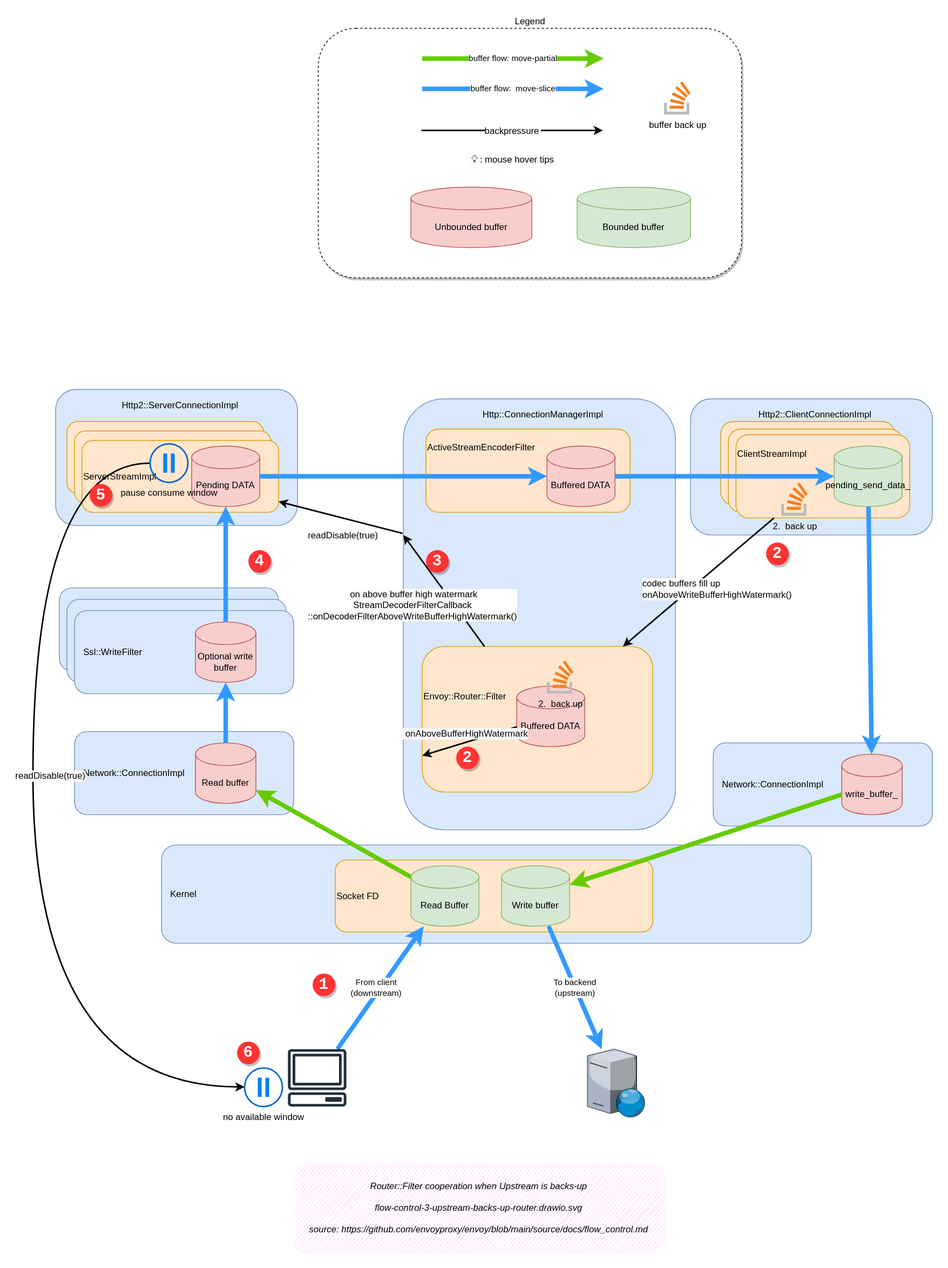
The draw.io diagram docs/source/ch2-envoy/arch/flow-control/flow-control-3-upstream-backs-up-router.drawio.svg in labilezhu/istio-insider, before a commit. Source tidied: cells renumbered, new cells last; positions are measured from the earlier drawing's top-left corner, leaving out a move shared by most shapes.
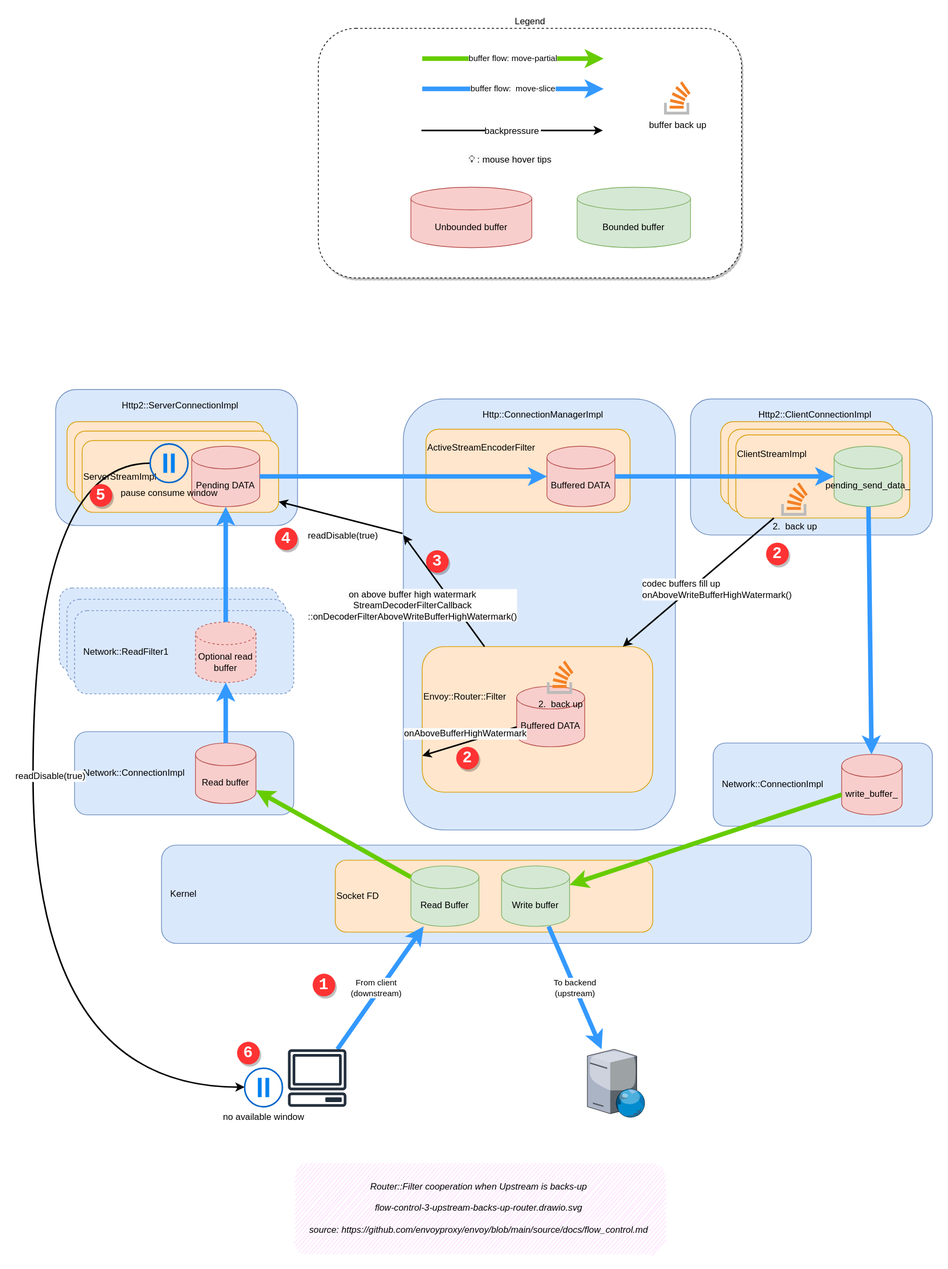
The same diagram one commit later.

Commit message:
flow control: Upstream connection backs-up and backpressure overview

Diff of the diagram source:
```diff
@@ -8,10 +8,10 @@
     <mxCell id="3" style="rounded=1;whiteSpace=wrap;html=1;align=left;fillColor=#ffe6cc;strokeColor=#d79b00;" parent="1" vertex="1">
       <mxGeometry x="125" y="530" width="190" height="95" as="geometry" />
     </mxCell>
-    <mxCell id="4" value="Ssl::WriteFilter" style="rounded=1;whiteSpace=wrap;html=1;fillColor=#dae8fc;strokeColor=#6c8ebf;align=left;spacingLeft=10;" parent="1" vertex="1">
+    <mxCell id="4" value="Ssl::WriteFilter" style="rounded=1;whiteSpace=wrap;html=1;fillColor=#dae8fc;strokeColor=#6c8ebf;align=left;spacingLeft=10;dashed=1;" parent="1" vertex="1">
       <mxGeometry x="35" y="740" width="290" height="110" as="geometry" />
     </mxCell>
-    <mxCell id="5" value="Ssl::WriteFilter" style="rounded=1;whiteSpace=wrap;html=1;fillColor=#dae8fc;strokeColor=#6c8ebf;align=left;spacingLeft=10;" parent="1" vertex="1">
+    <mxCell id="5" value="Ssl::WriteFilter" style="rounded=1;whiteSpace=wrap;html=1;fillColor=#dae8fc;strokeColor=#6c8ebf;align=left;spacingLeft=10;dashed=1;" parent="1" vertex="1">
       <mxGeometry x="45" y="755" width="290" height="110" as="geometry" />
     </mxCell>
     <object id="6" label="&lt;font style=&quot;&quot;&gt;Router::Filter cooperation when Upstream is backs-up&lt;br&gt;&lt;br&gt;%page%&lt;br&gt;&lt;br&gt;source:&amp;nbsp;&lt;a href=&quot;https://github.com/envoyproxy/envoy/blob/main/source/docs/flow_control.md&quot;&gt;https://github.com/envoyproxy/envoy/blob/main/source/docs/flow_control.md&lt;/a&gt;&lt;br&gt;&lt;/font&gt;" a="b" placeholders="1">
@@ -34,10 +34,10 @@
     <mxCell id="11" value="write_buffer_" style="shape=cylinder3;whiteSpace=wrap;html=1;boundedLbl=1;backgroundOutline=1;size=15;fillColor=#f8cecc;strokeColor=#b85450;" parent="1" vertex="1">
       <mxGeometry x="1070" y="960" width="80" height="80" as="geometry" />
     </mxCell>
-    <mxCell id="12" value="Ssl::WriteFilter" style="rounded=1;whiteSpace=wrap;html=1;fillColor=#dae8fc;strokeColor=#6c8ebf;align=left;spacingLeft=10;" parent="1" vertex="1">
+    <mxCell id="12" value="Network::ReadFilter1" style="rounded=1;whiteSpace=wrap;html=1;fillColor=#dae8fc;strokeColor=#6c8ebf;align=left;spacingLeft=10;dashed=1;" parent="1" vertex="1">
       <mxGeometry x="55" y="770" width="290" height="110" as="geometry" />
     </mxCell>
-    <mxCell id="13" value="Optional write buffer" style="shape=cylinder3;whiteSpace=wrap;html=1;boundedLbl=1;backgroundOutline=1;size=15;fillColor=#f8cecc;strokeColor=#b85450;" parent="1" vertex="1">
+    <mxCell id="13" value="Optional read buffer" style="shape=cylinder3;whiteSpace=wrap;html=1;boundedLbl=1;backgroundOutline=1;size=15;fillColor=#f8cecc;strokeColor=#b85450;dashed=1;" parent="1" vertex="1">
       <mxGeometry x="215" y="785" width="80" height="80" as="geometry" />
     </mxCell>
     <mxCell id="14" value="Http2::ServerConnectionImpl" style="rounded=1;whiteSpace=wrap;html=1;fillColor=#dae8fc;strokeColor=#6c8ebf;align=center;spacingLeft=10;labelPosition=center;verticalLabelPosition=top;verticalAlign=bottom;spacingTop=0;spacingBottom=-30;" parent="1" vertex="1">
@@ -213,7 +213,7 @@
       <mxGeometry x="520" y="690" width="30" height="30" as="geometry" />
     </mxCell>
     <mxCell id="66" value="4" style="ellipse;whiteSpace=wrap;html=1;labelBackgroundColor=none;strokeColor=none;fillColor=#FF3333;gradientColor=none;fontColor=#FFFFFF;fontFamily=Courier New;fontStyle=1;fontSize=21;shadow=1;" parent="1" vertex="1">
-      <mxGeometry x="285" y="690" width="30" height="30" as="geometry" />
+      <mxGeometry x="320" y="660" width="30" height="30" as="geometry" />
     </mxCell>
     <mxCell id="67" value="6" style="ellipse;whiteSpace=wrap;html=1;labelBackgroundColor=none;strokeColor=none;fillColor=#FF3333;gradientColor=none;fontColor=#FFFFFF;fontFamily=Courier New;fontStyle=1;fontSize=21;shadow=1;" parent="1" vertex="1">
       <mxGeometry x="270" y="1340" width="30" height="30" as="geometry" />
```
